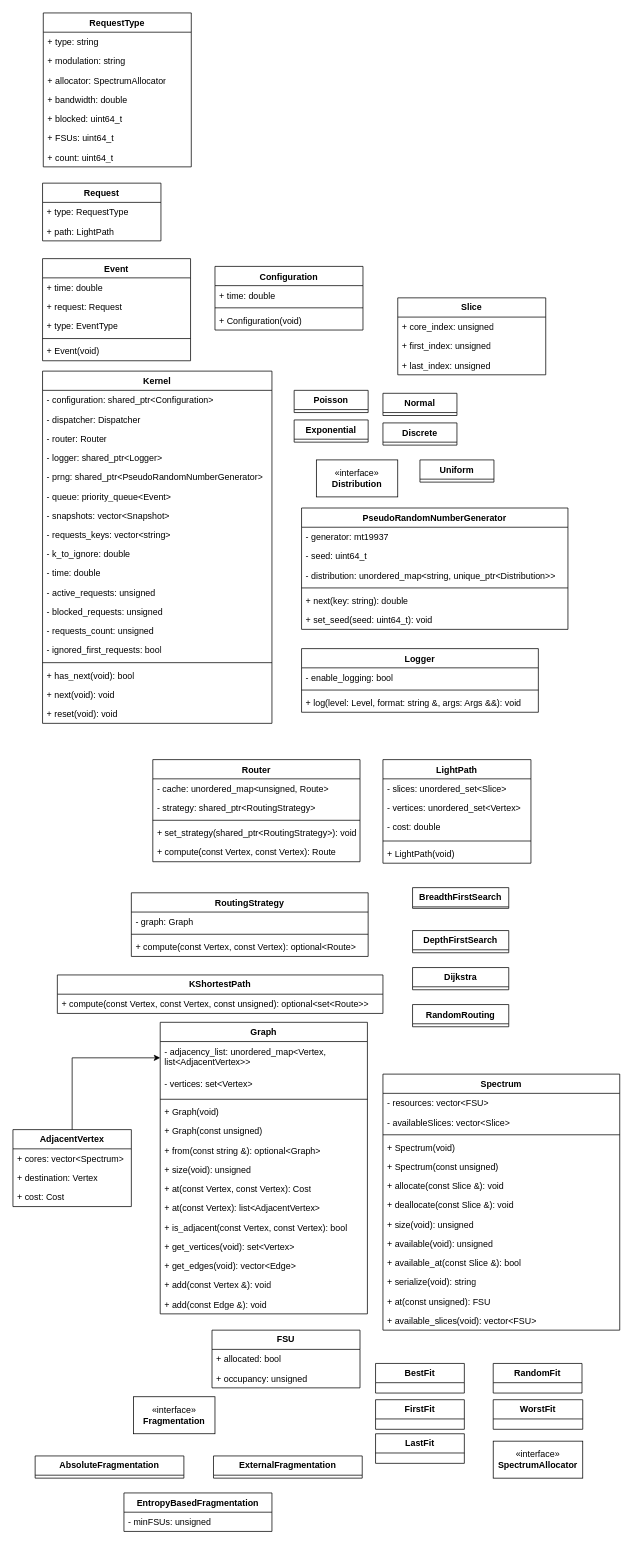
This is page "Class Diagram" (1 of 2) of documentation/Diagram.drawio from AssoDePicche/elastic-optical-networks, a draw.io file, before an edit. Source tidied: cells renumbered, new cells numbered last; positions are measured from the earlier drawing's top-left corner, leaving out a move shared by most shapes. Both pictures are drawn from the tidied source at 74%, with x=0, y=0 at pixel (13, 13).
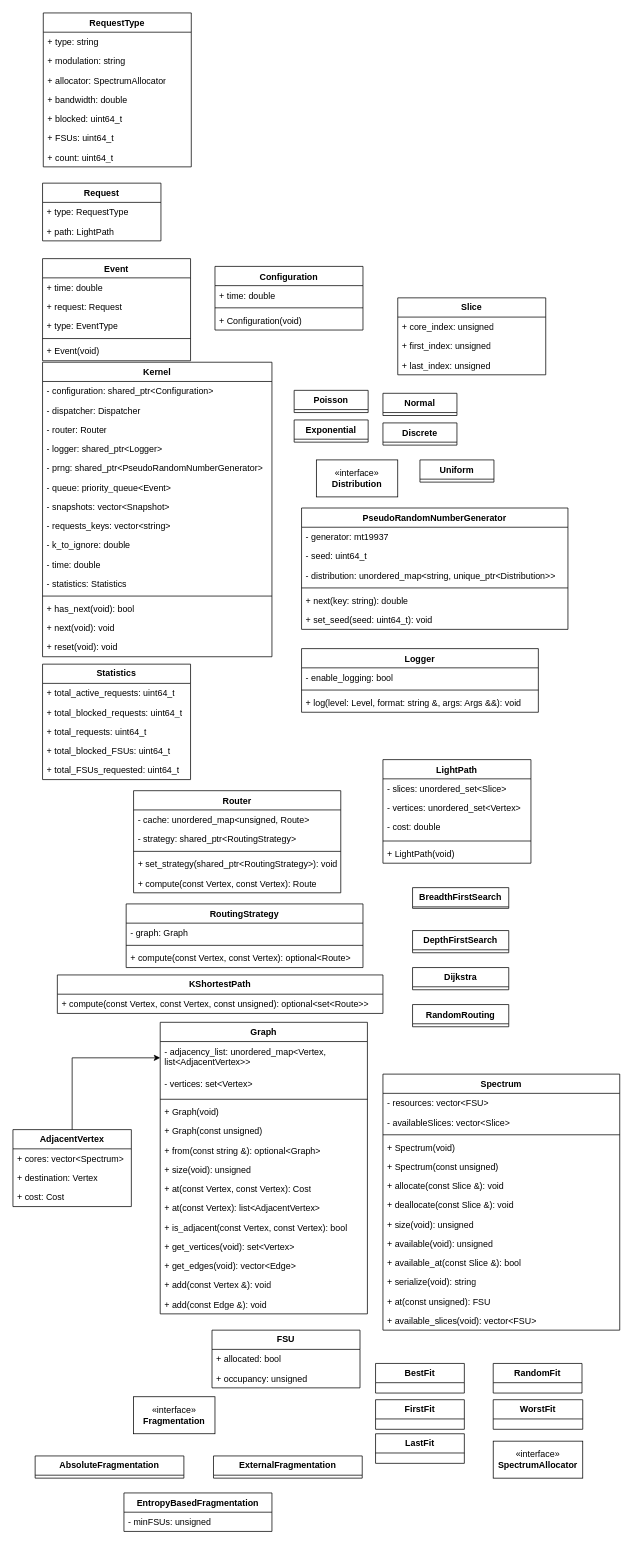
The same diagram, later.

Change to the diagram source:
```diff
@@
     <mxCell id="17" value="Router" style="swimlane;fontStyle=1;align=center;verticalAlign=top;horizontal=1;startSize=26;whiteSpace=wrap;html=1;" parent="1" vertex="1">
-      <mxGeometry x="189" y="1009" width="280" height="138" as="geometry" />
+      <mxGeometry x="163" y="1051" width="280" height="138" as="geometry" />
     </mxCell>
@@
     <mxCell id="23" value="RoutingStrategy" style="swimlane;fontStyle=1;align=center;verticalAlign=top;horizontal=1;startSize=26;whiteSpace=wrap;html=1;" parent="1" vertex="1">
-      <mxGeometry x="160" y="1189" width="320" height="86" as="geometry" />
+      <mxGeometry x="153" y="1204" width="320" height="86" as="geometry" />
     </mxCell>
@@
     <mxCell id="69" value="Kernel" style="swimlane;fontStyle=1;align=center;verticalAlign=top;horizontal=1;startSize=26;whiteSpace=wrap;html=1;" parent="1" vertex="1">
-      <mxGeometry x="40" y="484" width="310" height="476" as="geometry" />
+      <mxGeometry x="40" y="472" width="310" height="398" as="geometry" />
     </mxCell>
@@
-    <mxCell id="80" value="- active_requests: unsigned" style="text;strokeColor=none;fillColor=none;align=left;verticalAlign=top;spacingLeft=4;spacingRight=4;overflow=hidden;whiteSpace=wrap;html=1;" parent="69" vertex="1">
-      <mxGeometry y="286" width="310" height="26" as="geometry" />
-    </mxCell>
-    <mxCell id="81" value="- blocked_requests: unsigned" style="text;strokeColor=none;fillColor=none;align=left;verticalAlign=top;spacingLeft=4;spacingRight=4;overflow=hidden;whiteSpace=wrap;html=1;" parent="69" vertex="1">
-      <mxGeometry y="312" width="310" height="26" as="geometry" />
-    </mxCell>
-    <mxCell id="82" value="- requests_count: unsigned" style="text;strokeColor=none;fillColor=none;align=left;verticalAlign=top;spacingLeft=4;spacingRight=4;overflow=hidden;whiteSpace=wrap;html=1;" parent="69" vertex="1">
-      <mxGeometry y="338" width="310" height="26" as="geometry" />
-    </mxCell>
-    <mxCell id="83" value="- ignored_first_requests: bool" style="text;strokeColor=none;fillColor=none;align=left;verticalAlign=top;spacingLeft=4;spacingRight=4;overflow=hidden;whiteSpace=wrap;html=1;" parent="69" vertex="1">
-      <mxGeometry y="364" width="310" height="26" as="geometry" />
-    </mxCell>
+    <mxCell id="133" value="- statistics: Statistics" style="text;strokeColor=none;fillColor=none;align=left;verticalAlign=top;spacingLeft=4;spacingRight=4;overflow=hidden;whiteSpace=wrap;html=1;" parent="69" vertex="1">
+      <mxGeometry y="286" width="310" height="26" as="geometry" />
+    </mxCell>
     <mxCell id="84" style="line;strokeWidth=1;fillColor=none;align=left;verticalAlign=middle;spacingTop=-1;spacingLeft=3;spacingRight=3;labelPosition=right;strokeColor=inherit;" parent="69" vertex="1">
-      <mxGeometry y="390" width="310" height="8" as="geometry" />
+      <mxGeometry y="312" width="310" height="8" as="geometry" />
     </mxCell>
     <mxCell id="85" value="+ has_next(void): bool" style="text;strokeColor=none;fillColor=none;align=left;verticalAlign=top;spacingLeft=4;spacingRight=4;overflow=hidden;whiteSpace=wrap;html=1;" parent="69" vertex="1">
-      <mxGeometry y="398" width="310" height="26" as="geometry" />
+      <mxGeometry y="320" width="310" height="26" as="geometry" />
     </mxCell>
     <mxCell id="86" value="+ next(void): void" style="text;strokeColor=none;fillColor=none;align=left;verticalAlign=top;spacingLeft=4;spacingRight=4;overflow=hidden;whiteSpace=wrap;html=1;" parent="69" vertex="1">
-      <mxGeometry y="424" width="310" height="26" as="geometry" />
+      <mxGeometry y="346" width="310" height="26" as="geometry" />
     </mxCell>
     <mxCell id="87" value="+ reset(void): void" style="text;strokeColor=none;fillColor=none;align=left;verticalAlign=top;spacingLeft=4;spacingRight=4;overflow=hidden;whiteSpace=wrap;html=1;" parent="69" vertex="1">
-      <mxGeometry y="450" width="310" height="26" as="geometry" />
+      <mxGeometry y="372" width="310" height="26" as="geometry" />
     </mxCell>
@@
+    <mxCell id="134" value="&lt;b&gt;Statistics&lt;/b&gt;" style="swimlane;fontStyle=0;horizontal=1;startSize=26;fillColor=none;whiteSpace=wrap;html=1;" parent="1" vertex="1">
+      <mxGeometry x="40" y="880" width="200" height="156" as="geometry" />
+    </mxCell>
+    <mxCell id="135" value="+ total_active_requests: uint64_t" style="text;strokeColor=none;fillColor=none;align=left;verticalAlign=top;spacingLeft=4;spacingRight=4;overflow=hidden;whiteSpace=wrap;html=1;" parent="134" vertex="1">
+      <mxGeometry y="26" width="200" height="26" as="geometry" />
+    </mxCell>
+    <mxCell id="136" value="+ total_blocked_requests: uint64_t" style="text;strokeColor=none;fillColor=none;align=left;verticalAlign=top;spacingLeft=4;spacingRight=4;overflow=hidden;whiteSpace=wrap;html=1;" parent="134" vertex="1">
+      <mxGeometry y="52" width="200" height="26" as="geometry" />
+    </mxCell>
+    <mxCell id="137" value="+ total_requests: uint64_t" style="text;strokeColor=none;fillColor=none;align=left;verticalAlign=top;spacingLeft=4;spacingRight=4;overflow=hidden;whiteSpace=wrap;html=1;" parent="134" vertex="1">
+      <mxGeometry y="78" width="200" height="26" as="geometry" />
+    </mxCell>
+    <mxCell id="138" value="+ total_blocked_FSUs: uint64_t" style="text;strokeColor=none;fillColor=none;align=left;verticalAlign=top;spacingLeft=4;spacingRight=4;overflow=hidden;whiteSpace=wrap;html=1;" parent="134" vertex="1">
+      <mxGeometry y="104" width="200" height="26" as="geometry" />
+    </mxCell>
+    <mxCell id="139" value="+ total_FSUs_requested: uint64_t" style="text;strokeColor=none;fillColor=none;align=left;verticalAlign=top;spacingLeft=4;spacingRight=4;overflow=hidden;whiteSpace=wrap;html=1;" parent="134" vertex="1">
+      <mxGeometry y="130" width="200" height="26" as="geometry" />
+    </mxCell>
```
